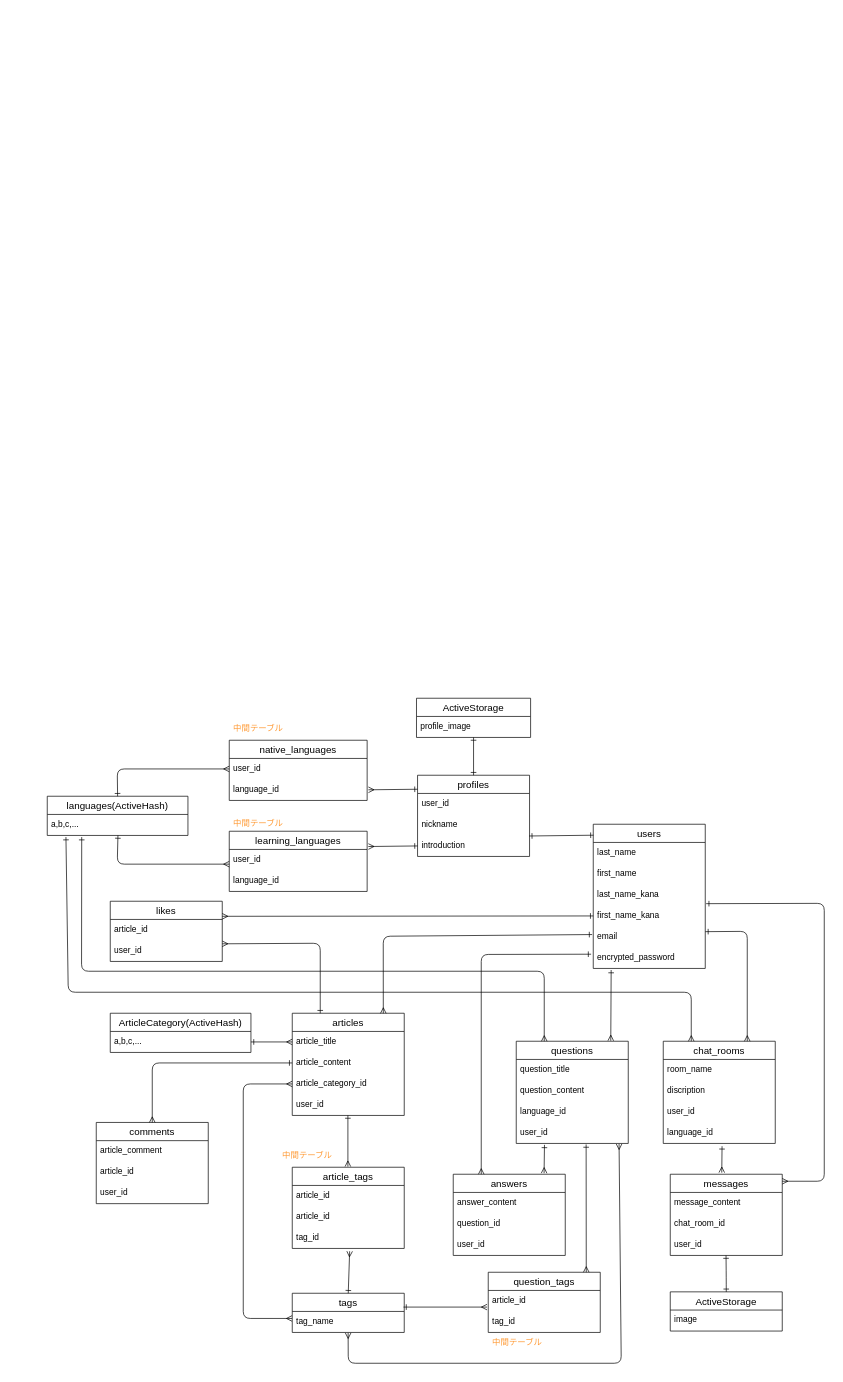
The draw.io diagram ER.dio in fuuuuumin/LinguaShare, before the edit. Source tidied: cells renumbered, new cells numbered last; positions are measured from the earlier drawing's top-left corner, leaving out a move shared by most shapes. Both pictures are drawn from the tidied source at 70%, with x=0, y=0 at pixel (47, 698).
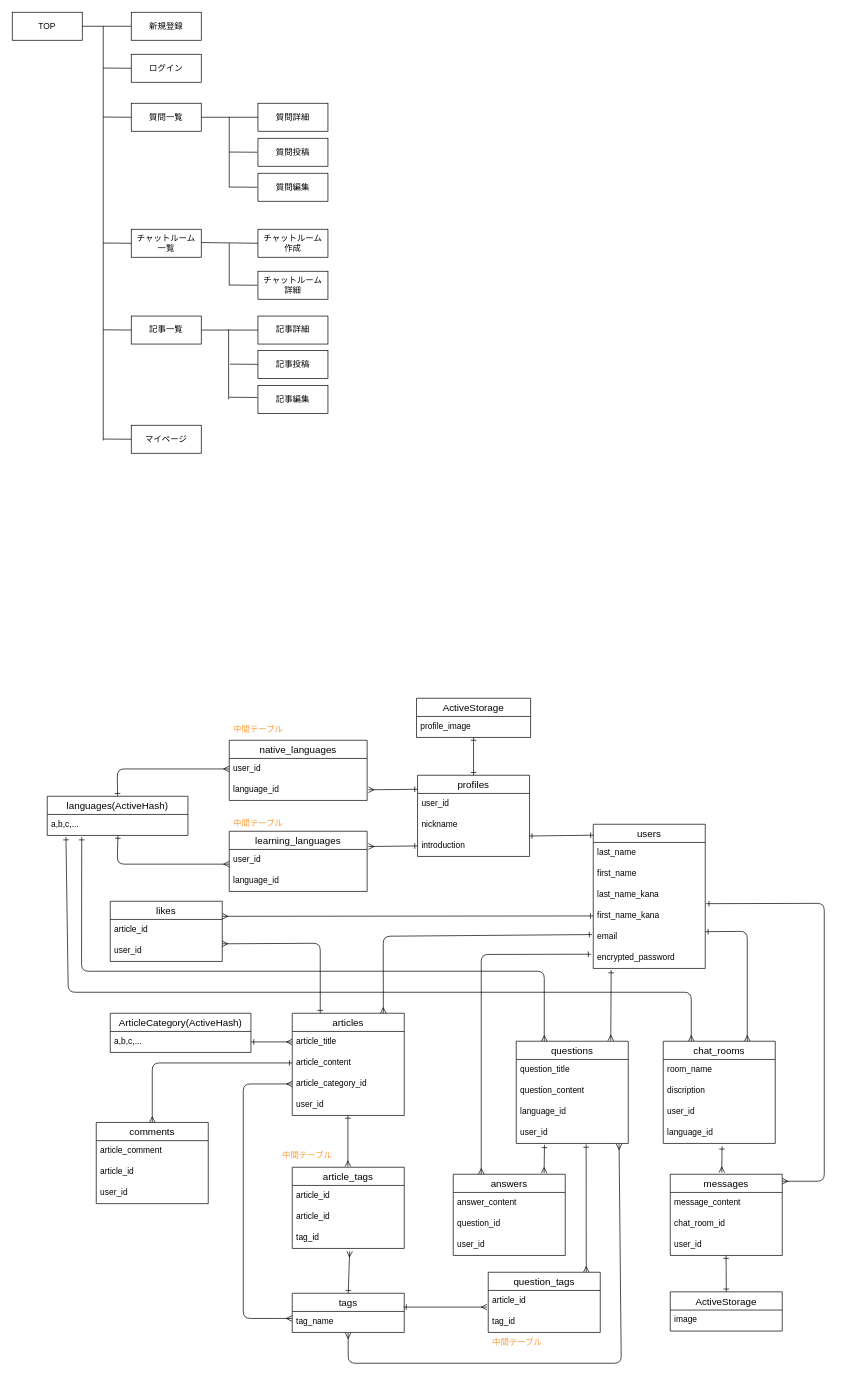
After the change.

Commit message (it also covers changes not shown here):
ER図とREADMEを書く

Diff of the diagram source:
```diff
@@
+    <mxCell id="96" value="TOP" style="whiteSpace=wrap;html=1;align=center;" parent="1" vertex="1">
+      <mxGeometry x="-50" y="-980" width="100" height="40" as="geometry" />
+    </mxCell>
+    <mxCell id="97" value="質問一覧" style="whiteSpace=wrap;html=1;align=center;" parent="1" vertex="1">
+      <mxGeometry x="120" y="-850" width="100" height="40" as="geometry" />
+    </mxCell>
+    <mxCell id="98" value="質問詳細" style="whiteSpace=wrap;html=1;align=center;" parent="1" vertex="1">
+      <mxGeometry x="301" y="-850" width="100" height="40" as="geometry" />
+    </mxCell>
+    <mxCell id="99" value="チャットルーム&lt;br&gt;一覧" style="whiteSpace=wrap;html=1;align=center;" parent="1" vertex="1">
+      <mxGeometry x="120" y="-670" width="100" height="40" as="geometry" />
+    </mxCell>
+    <mxCell id="100" value="チャットルーム&lt;br&gt;作成" style="whiteSpace=wrap;html=1;align=center;" parent="1" vertex="1">
+      <mxGeometry x="301" y="-670" width="100" height="40" as="geometry" />
+    </mxCell>
+    <mxCell id="101" value="記事一覧" style="whiteSpace=wrap;html=1;align=center;" parent="1" vertex="1">
+      <mxGeometry x="120" y="-546" width="100" height="40" as="geometry" />
+    </mxCell>
+    <mxCell id="102" value="記事詳細" style="whiteSpace=wrap;html=1;align=center;" parent="1" vertex="1">
+      <mxGeometry x="301" y="-546" width="100" height="40" as="geometry" />
+    </mxCell>
+    <mxCell id="103" value="新規登録" style="whiteSpace=wrap;html=1;align=center;" parent="1" vertex="1">
+      <mxGeometry x="120" y="-980" width="100" height="40" as="geometry" />
+    </mxCell>
+    <mxCell id="104" value="ログイン" style="whiteSpace=wrap;html=1;align=center;" parent="1" vertex="1">
+      <mxGeometry x="120" y="-920" width="100" height="40" as="geometry" />
+    </mxCell>
+    <mxCell id="105" value="質問投稿" style="whiteSpace=wrap;html=1;align=center;" parent="1" vertex="1">
+      <mxGeometry x="301" y="-800" width="100" height="40" as="geometry" />
+    </mxCell>
+    <mxCell id="106" value="質問編集" style="whiteSpace=wrap;html=1;align=center;" parent="1" vertex="1">
+      <mxGeometry x="301" y="-750" width="100" height="40" as="geometry" />
+    </mxCell>
+    <mxCell id="107" value="チャットルーム&lt;br&gt;詳細" style="whiteSpace=wrap;html=1;align=center;" parent="1" vertex="1">
+      <mxGeometry x="301" y="-610" width="100" height="40" as="geometry" />
+    </mxCell>
+    <mxCell id="108" value="記事投稿" style="whiteSpace=wrap;html=1;align=center;" parent="1" vertex="1">
+      <mxGeometry x="301" y="-497" width="100" height="40" as="geometry" />
+    </mxCell>
+    <mxCell id="109" value="記事編集" style="whiteSpace=wrap;html=1;align=center;" parent="1" vertex="1">
+      <mxGeometry x="301" y="-447" width="100" height="40" as="geometry" />
+    </mxCell>
+    <mxCell id="110" value="マイページ" style="whiteSpace=wrap;html=1;align=center;" parent="1" vertex="1">
+      <mxGeometry x="120" y="-390" width="100" height="40" as="geometry" />
+    </mxCell>
+    <mxCell id="111" style="edgeStyle=none;html=1;endArrow=none;endFill=0;startArrow=none;startFill=0;exitX=1;exitY=0.5;exitDx=0;exitDy=0;entryX=0;entryY=0.5;entryDx=0;entryDy=0;" parent="1" edge="1" source="96" target="103">
+      <mxGeometry relative="1" as="geometry">
+        <Array as="points">
+          <mxPoint x="120" y="-960" />
+        </Array>
+      </mxGeometry>
+    </mxCell>
+    <mxCell id="112" style="edgeStyle=none;html=1;endArrow=none;endFill=0;startArrow=none;startFill=0;" parent="1" edge="1">
+      <mxGeometry relative="1" as="geometry">
+        <mxPoint x="80" y="-960" as="sourcePoint" />
+        <mxPoint x="80" y="-368.3" as="targetPoint" />
+        <Array as="points">
+          <mxPoint x="80" y="-500" />
+        </Array>
+      </mxGeometry>
+    </mxCell>
+    <mxCell id="113" style="edgeStyle=none;html=1;endArrow=none;endFill=0;startArrow=none;startFill=0;exitX=1;exitY=0.5;exitDx=0;exitDy=0;" parent="1" edge="1">
+      <mxGeometry relative="1" as="geometry">
+        <mxPoint x="80" y="-900.3" as="sourcePoint" />
+        <mxPoint x="120" y="-900" as="targetPoint" />
+      </mxGeometry>
+    </mxCell>
+    <mxCell id="114" style="edgeStyle=none;html=1;endArrow=none;endFill=0;startArrow=none;startFill=0;exitX=1;exitY=0.5;exitDx=0;exitDy=0;" parent="1" edge="1">
+      <mxGeometry relative="1" as="geometry">
+        <mxPoint x="80" y="-830.3" as="sourcePoint" />
+        <mxPoint x="120" y="-830" as="targetPoint" />
+      </mxGeometry>
+    </mxCell>
+    <mxCell id="115" style="edgeStyle=none;html=1;endArrow=none;endFill=0;startArrow=none;startFill=0;exitX=1;exitY=0.5;exitDx=0;exitDy=0;" parent="1" edge="1">
+      <mxGeometry relative="1" as="geometry">
+        <mxPoint x="80" y="-650.3" as="sourcePoint" />
+        <mxPoint x="120" y="-650" as="targetPoint" />
+      </mxGeometry>
+    </mxCell>
+    <mxCell id="116" style="edgeStyle=none;html=1;endArrow=none;endFill=0;startArrow=none;startFill=0;exitX=1;exitY=0.5;exitDx=0;exitDy=0;" parent="1" edge="1">
+      <mxGeometry relative="1" as="geometry">
+        <mxPoint x="80" y="-526.3" as="sourcePoint" />
+        <mxPoint x="120" y="-526" as="targetPoint" />
+      </mxGeometry>
+    </mxCell>
+    <mxCell id="117" style="edgeStyle=none;html=1;endArrow=none;endFill=0;startArrow=none;startFill=0;exitX=1;exitY=0.5;exitDx=0;exitDy=0;" parent="1" edge="1">
+      <mxGeometry relative="1" as="geometry">
+        <mxPoint x="80" y="-370.3" as="sourcePoint" />
+        <mxPoint x="120" y="-370" as="targetPoint" />
+      </mxGeometry>
+    </mxCell>
+    <mxCell id="118" style="edgeStyle=none;html=1;endArrow=none;endFill=0;startArrow=none;startFill=0;entryX=0;entryY=0.5;entryDx=0;entryDy=0;" parent="1" edge="1" target="98">
+      <mxGeometry relative="1" as="geometry">
+        <mxPoint x="220" y="-830" as="sourcePoint" />
+      </mxGeometry>
+    </mxCell>
+    <mxCell id="119" style="edgeStyle=none;html=1;endArrow=none;endFill=0;startArrow=none;startFill=0;" parent="1" edge="1">
+      <mxGeometry relative="1" as="geometry">
+        <mxPoint x="260" y="-830" as="sourcePoint" />
+        <mxPoint x="260" y="-730" as="targetPoint" />
+      </mxGeometry>
+    </mxCell>
+    <mxCell id="120" style="edgeStyle=none;html=1;endArrow=none;endFill=0;startArrow=none;startFill=0;exitX=1;exitY=0.5;exitDx=0;exitDy=0;" parent="1" edge="1">
+      <mxGeometry relative="1" as="geometry">
+        <mxPoint x="260" y="-780.3" as="sourcePoint" />
+        <mxPoint x="300" y="-780" as="targetPoint" />
+      </mxGeometry>
+    </mxCell>
+    <mxCell id="121" style="edgeStyle=none;html=1;endArrow=none;endFill=0;startArrow=none;startFill=0;exitX=1;exitY=0.5;exitDx=0;exitDy=0;" parent="1" edge="1">
+      <mxGeometry relative="1" as="geometry">
+        <mxPoint x="260" y="-730.3" as="sourcePoint" />
+        <mxPoint x="300" y="-730" as="targetPoint" />
+      </mxGeometry>
+    </mxCell>
+    <mxCell id="122" style="edgeStyle=none;html=1;endArrow=none;endFill=0;startArrow=none;startFill=0;" parent="1" edge="1">
+      <mxGeometry relative="1" as="geometry">
+        <mxPoint x="220" y="-651" as="sourcePoint" />
+        <mxPoint x="301" y="-650" as="targetPoint" />
+      </mxGeometry>
+    </mxCell>
+    <mxCell id="123" style="edgeStyle=none;html=1;endArrow=none;endFill=0;startArrow=none;startFill=0;exitX=1;exitY=0.5;exitDx=0;exitDy=0;" parent="1" edge="1">
+      <mxGeometry relative="1" as="geometry">
+        <mxPoint x="260" y="-590.3" as="sourcePoint" />
+        <mxPoint x="300" y="-590" as="targetPoint" />
+      </mxGeometry>
+    </mxCell>
+    <mxCell id="124" style="edgeStyle=none;html=1;endArrow=none;endFill=0;startArrow=none;startFill=0;exitX=1;exitY=0.5;exitDx=0;exitDy=0;" parent="1" edge="1" source="101">
+      <mxGeometry relative="1" as="geometry">
+        <mxPoint x="301" y="-526" as="targetPoint" />
+      </mxGeometry>
+    </mxCell>
+    <mxCell id="125" style="edgeStyle=none;html=1;endArrow=none;endFill=0;startArrow=none;startFill=0;exitX=1;exitY=0.5;exitDx=0;exitDy=0;" parent="1" edge="1">
+      <mxGeometry relative="1" as="geometry">
+        <mxPoint x="261" y="-477.3" as="sourcePoint" />
+        <mxPoint x="301" y="-477" as="targetPoint" />
+      </mxGeometry>
+    </mxCell>
+    <mxCell id="126" style="edgeStyle=none;html=1;endArrow=none;endFill=0;startArrow=none;startFill=0;exitX=1;exitY=0.5;exitDx=0;exitDy=0;" parent="1" edge="1">
+      <mxGeometry relative="1" as="geometry">
+        <mxPoint x="260" y="-430" as="sourcePoint" />
+        <mxPoint x="300" y="-429.7" as="targetPoint" />
+      </mxGeometry>
+    </mxCell>
+    <mxCell id="127" style="edgeStyle=none;html=1;endArrow=none;endFill=0;startArrow=none;startFill=0;" parent="1" edge="1">
+      <mxGeometry relative="1" as="geometry">
+        <mxPoint x="260" y="-650" as="sourcePoint" />
+        <mxPoint x="260" y="-590" as="targetPoint" />
+      </mxGeometry>
+    </mxCell>
+    <mxCell id="128" style="edgeStyle=none;html=1;endArrow=none;endFill=0;startArrow=none;startFill=0;" parent="1" edge="1">
+      <mxGeometry relative="1" as="geometry">
+        <mxPoint x="259.1" y="-527" as="sourcePoint" />
+        <mxPoint x="259.1" y="-427" as="targetPoint" />
+      </mxGeometry>
+    </mxCell>
```
